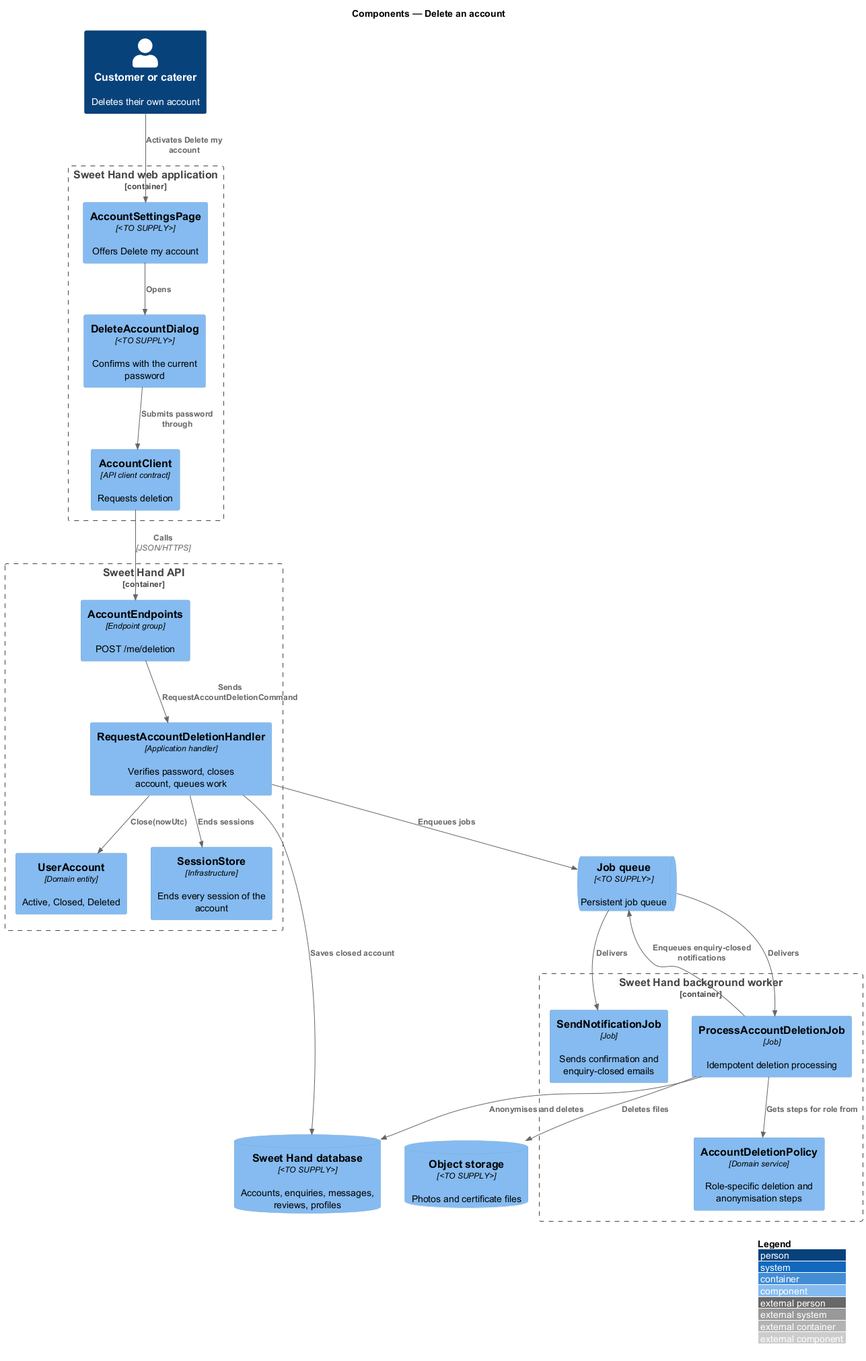
QuinntyneBrown/sweet-hand keeps this PlantUML diagram as docs/detailed-designs/privacy/delete-account/diagrams/c4-component.png. Above is the earlier version. Source of this version:
```plantuml
@startuml
!include <C4/C4_Component>
LAYOUT_WITH_LEGEND()
title Components — Delete an account

Person(user, "Customer or caterer", "Deletes their own account")

Container_Boundary(web, "Sweet Hand web application") {
  Component(settings, "AccountSettingsPage", "<TO SUPPLY>", "Offers Delete my account")
  Component(dialog, "DeleteAccountDialog", "<TO SUPPLY>", "Confirms with the current password")
  Component(client, "AccountClient", "API client contract", "Requests deletion")
}

Container_Boundary(api, "Sweet Hand API") {
  Component(endpoints, "AccountEndpoints", "Endpoint group", "POST /me/deletion")
  Component(handler, "RequestAccountDeletionHandler", "Application handler", "Verifies password, closes account, queues work")
  Component(account, "UserAccount", "Domain entity", "Active, Closed, Deleted")
  Component(sessions, "SessionStore", "Infrastructure", "Ends every session of the account")
}

Container_Boundary(worker, "Sweet Hand background worker") {
  Component(job, "ProcessAccountDeletionJob", "Job", "Idempotent deletion processing")
  Component(policy, "AccountDeletionPolicy", "Domain service", "Role-specific deletion and anonymisation steps")
  Component(notify, "SendNotificationJob", "Job", "Sends confirmation and enquiry-closed emails")
}

ComponentDb(db, "Sweet Hand database", "<TO SUPPLY>", "Accounts, enquiries, messages, reviews, profiles")
ComponentDb(storage, "Object storage", "<TO SUPPLY>", "Photos and certificate files")
ComponentQueue(queue, "Job queue", "<TO SUPPLY>", "Persistent job queue")

Rel(user, settings, "Activates Delete my account")
Rel(settings, dialog, "Opens")
Rel(dialog, client, "Submits password through")
Rel(client, endpoints, "Calls", "JSON/HTTPS")
Rel(endpoints, handler, "Sends RequestAccountDeletionCommand")
Rel(handler, account, "Close(nowUtc)")
Rel(handler, sessions, "Ends sessions")
Rel(handler, db, "Saves closed account")
Rel(handler, queue, "Enqueues jobs")
Rel(queue, job, "Delivers")
Rel(queue, notify, "Delivers")
Rel(job, policy, "Gets steps for role from")
Rel(job, db, "Anonymises and deletes")
Rel(job, storage, "Deletes files")
Rel(job, queue, "Enqueues enquiry-closed notifications")
@enduml
```
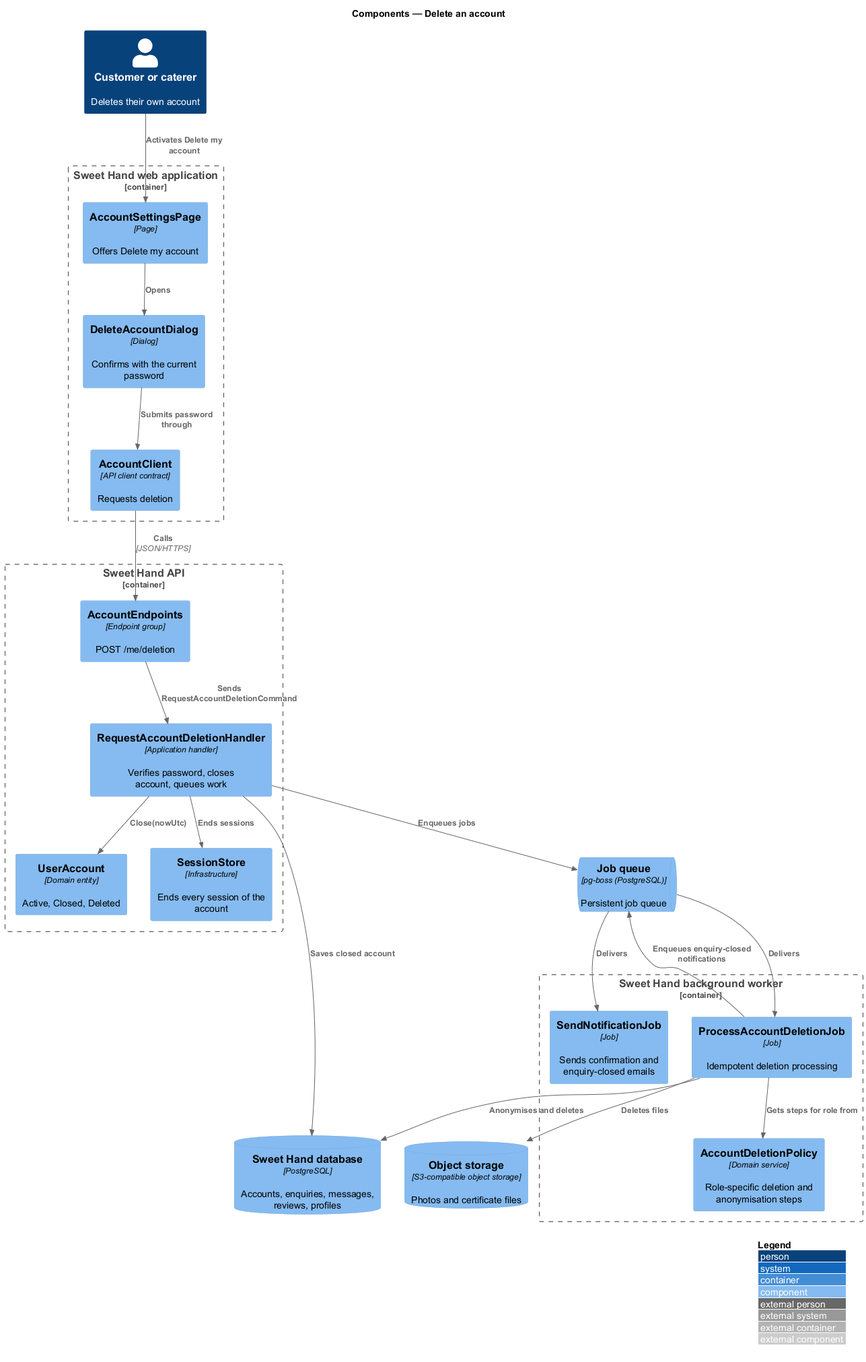
The same file after the commit.

What changed in the source:
```diff
@@ -6,8 +6,8 @@
 Person(user, "Customer or caterer", "Deletes their own account")
 
 Container_Boundary(web, "Sweet Hand web application") {
-  Component(settings, "AccountSettingsPage", "<TO SUPPLY>", "Offers Delete my account")
-  Component(dialog, "DeleteAccountDialog", "<TO SUPPLY>", "Confirms with the current password")
+  Component(settings, "AccountSettingsPage", "Page", "Offers Delete my account")
+  Component(dialog, "DeleteAccountDialog", "Dialog", "Confirms with the current password")
   Component(client, "AccountClient", "API client contract", "Requests deletion")
 }
 
@@ -24,9 +24,9 @@
   Component(notify, "SendNotificationJob", "Job", "Sends confirmation and enquiry-closed emails")
 }
 
-ComponentDb(db, "Sweet Hand database", "<TO SUPPLY>", "Accounts, enquiries, messages, reviews, profiles")
-ComponentDb(storage, "Object storage", "<TO SUPPLY>", "Photos and certificate files")
-ComponentQueue(queue, "Job queue", "<TO SUPPLY>", "Persistent job queue")
+ComponentDb(db, "Sweet Hand database", "PostgreSQL", "Accounts, enquiries, messages, reviews, profiles")
+ComponentDb(storage, "Object storage", "S3-compatible object storage", "Photos and certificate files")
+ComponentQueue(queue, "Job queue", "pg-boss (PostgreSQL)", "Persistent job queue")
 
 Rel(user, settings, "Activates Delete my account")
 Rel(settings, dialog, "Opens")
```
